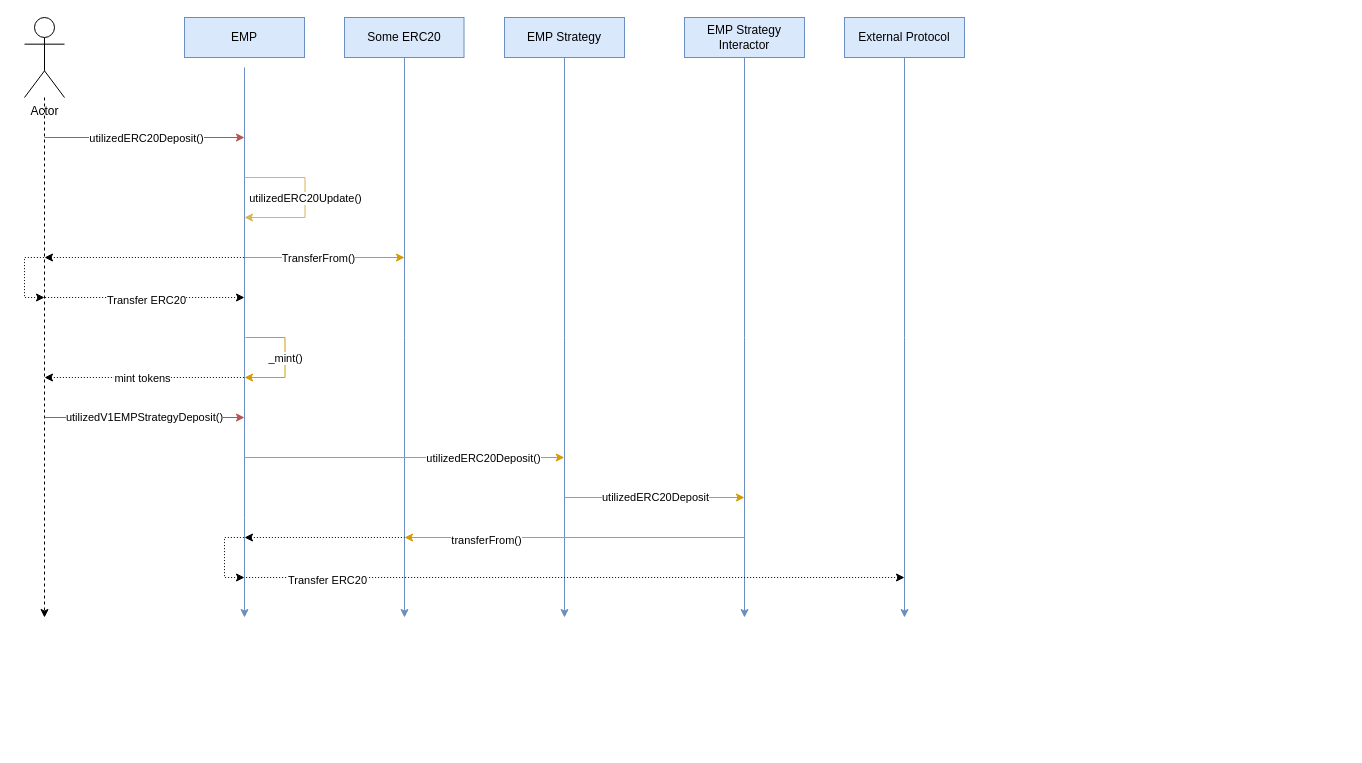
The draw.io diagram v1-emp/diagrams/deposit-overview.drawio in yield-sync/specifications, before the edit. Source tidied: cells renumbered, new cells numbered last; positions are measured from the earlier drawing's top-left corner, leaving out a move shared by most shapes. Both pictures are drawn from the tidied source at 100%, with x=0, y=0 at pixel (24, 17).
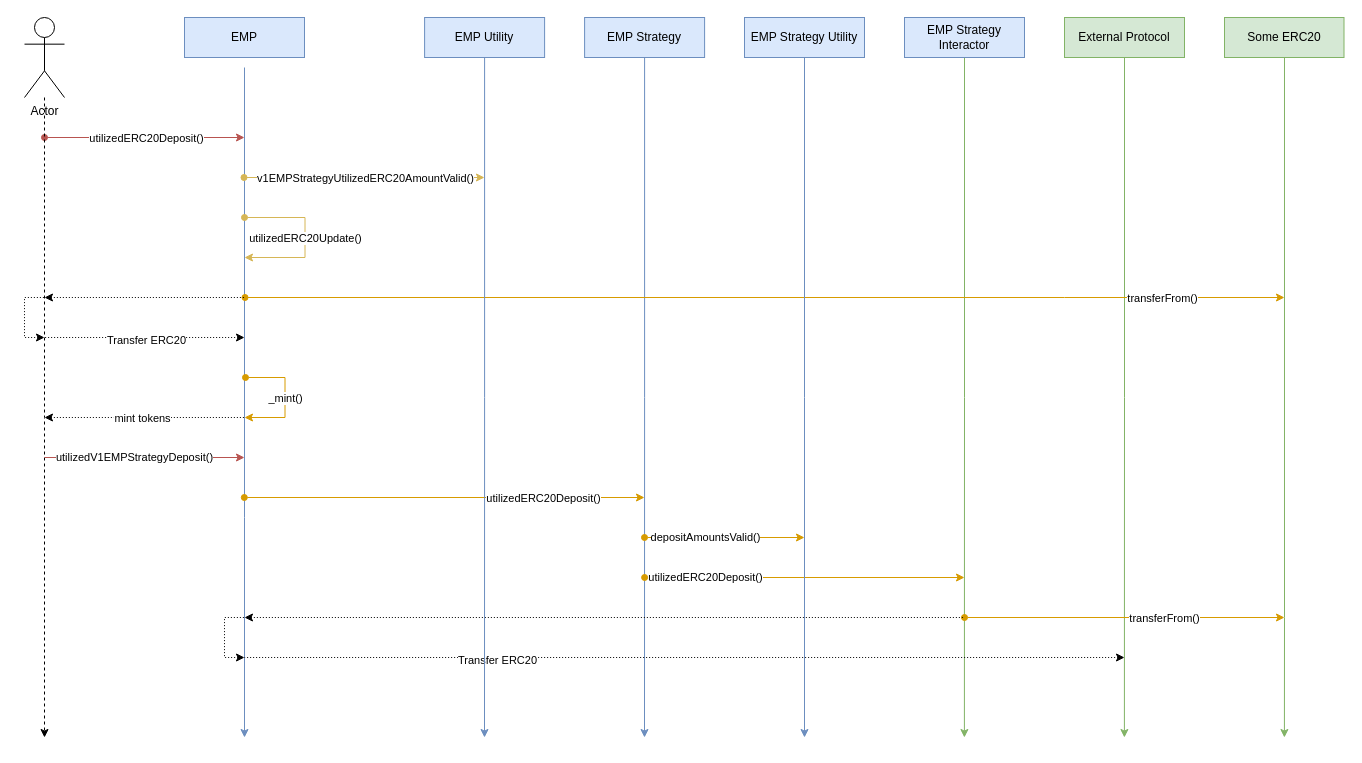
After the change.

Commit message:
Make diagram easier to read

Unchanged cells that the change refers to:
```xml
<mxCell id="13" value="Actor" style="shape=umlActor;verticalLabelPosition=bottom;verticalAlign=top;html=1;outlineConnect=0;" parent="1" vertex="1">
  <mxGeometry width="40" height="80" as="geometry" />
</mxCell>
```

Change to the diagram source:
```diff
@@
     <mxCell id="2" style="edgeStyle=orthogonalEdgeStyle;rounded=0;orthogonalLoop=1;jettySize=auto;html=1;exitX=0.5;exitY=1;exitDx=0;exitDy=0;fillColor=#dae8fc;strokeColor=#6c8ebf;" parent="1" edge="1">
       <mxGeometry relative="1" as="geometry">
         <mxPoint x="220" y="50" as="sourcePoint" />
-        <mxPoint x="220" y="600" as="targetPoint" />
+        <mxPoint x="220" y="720" as="targetPoint" />
         <Array as="points">
           <mxPoint x="220" y="500" />
           <mxPoint x="220" y="500" />
         </Array>
       </mxGeometry>
     </mxCell>
@@
     <mxCell id="4" style="edgeStyle=orthogonalEdgeStyle;rounded=0;jettySize=auto;html=1;fillColor=#dae8fc;strokeColor=#6c8ebf;" parent="1" edge="1" source="5">
       <mxGeometry relative="1" as="geometry">
-        <mxPoint x="540" y="600" as="targetPoint" />
+        <mxPoint x="620" y="720" as="targetPoint" />
       </mxGeometry>
     </mxCell>
     <mxCell id="5" value="EMP Strategy" style="rounded=0;whiteSpace=wrap;html=1;fillColor=#dae8fc;strokeColor=#6c8ebf;" parent="1" vertex="1">
-      <mxGeometry x="480" width="120" height="40" as="geometry" />
+      <mxGeometry x="560.1" width="120" height="40" as="geometry" />
     </mxCell>
-    <mxCell id="6" style="edgeStyle=orthogonalEdgeStyle;rounded=0;jettySize=auto;html=1;fillColor=#dae8fc;strokeColor=#6c8ebf;" parent="1" edge="1" source="7">
+    <mxCell id="6" style="edgeStyle=orthogonalEdgeStyle;rounded=0;jettySize=auto;html=1;fillColor=#d5e8d4;strokeColor=#82b366;" parent="1" edge="1" source="7">
       <mxGeometry relative="1" as="geometry">
-        <mxPoint x="720" y="600" as="targetPoint" />
+        <mxPoint x="939.9" y="720" as="targetPoint" />
       </mxGeometry>
     </mxCell>
     <mxCell id="7" value="EMP Strategy Interactor" style="rounded=0;whiteSpace=wrap;html=1;fillColor=#dae8fc;strokeColor=#6c8ebf;" parent="1" vertex="1">
-      <mxGeometry x="660" width="120" height="40" as="geometry" />
+      <mxGeometry x="880" width="120" height="40" as="geometry" />
     </mxCell>
-    <mxCell id="8" style="edgeStyle=orthogonalEdgeStyle;rounded=0;jettySize=auto;html=1;fillColor=#dae8fc;strokeColor=#6c8ebf;" parent="1" edge="1" source="9">
+    <mxCell id="8" style="edgeStyle=orthogonalEdgeStyle;rounded=0;jettySize=auto;html=1;fillColor=#d5e8d4;strokeColor=#82b366;" parent="1" edge="1" source="9">
       <mxGeometry relative="1" as="geometry">
-        <mxPoint x="880" y="600" as="targetPoint" />
+        <mxPoint x="1099.9" y="720" as="targetPoint" />
       </mxGeometry>
     </mxCell>
-    <mxCell id="9" value="External Protocol" style="rounded=0;whiteSpace=wrap;html=1;fillColor=#dae8fc;strokeColor=#6c8ebf;" parent="1" vertex="1">
-      <mxGeometry x="820" width="120" height="40" as="geometry" />
+    <mxCell id="9" value="External Protocol" style="rounded=0;whiteSpace=wrap;html=1;fillColor=#d5e8d4;strokeColor=#82b366;" parent="1" vertex="1">
+      <mxGeometry x="1040" width="120" height="40" as="geometry" />
     </mxCell>
-    <mxCell id="10" style="edgeStyle=orthogonalEdgeStyle;rounded=0;orthogonalLoop=1;jettySize=auto;html=1;endArrow=classic;endFill=1;fillColor=#f8cecc;strokeColor=#b85450;" parent="1" edge="1">
+    <mxCell id="10" style="edgeStyle=orthogonalEdgeStyle;rounded=0;orthogonalLoop=1;jettySize=auto;html=1;endArrow=classic;endFill=1;fillColor=#f8cecc;strokeColor=#b85450;startArrow=oval;startFill=1;" parent="1" edge="1">
       <mxGeometry relative="1" as="geometry">
         <mxPoint x="20" y="120" as="sourcePoint" />
         <mxPoint x="220" y="120" as="targetPoint" />
       </mxGeometry>
     </mxCell>
@@
     <mxCell id="12" style="edgeStyle=orthogonalEdgeStyle;rounded=0;jettySize=auto;html=1;dashed=1;" parent="1" edge="1" source="13">
       <mxGeometry relative="1" as="geometry">
-        <mxPoint x="20" y="600" as="targetPoint" />
+        <mxPoint x="20" y="720" as="targetPoint" />
       </mxGeometry>
     </mxCell>
@@
-    <mxCell id="14" style="edgeStyle=orthogonalEdgeStyle;rounded=0;jettySize=auto;html=1;fillColor=#dae8fc;strokeColor=#6c8ebf;exitX=0.502;exitY=0.5;exitDx=0;exitDy=0;exitPerimeter=0;" parent="1" edge="1" source="15">
+    <mxCell id="14" style="edgeStyle=orthogonalEdgeStyle;rounded=0;jettySize=auto;html=1;fillColor=#d5e8d4;strokeColor=#82b366;exitX=0.502;exitY=0.5;exitDx=0;exitDy=0;exitPerimeter=0;" parent="1" edge="1" source="15">
       <mxGeometry relative="1" as="geometry">
-        <mxPoint x="380" y="600" as="targetPoint" />
+        <mxPoint x="1259.9" y="720" as="targetPoint" />
+        <Array as="points">
+          <mxPoint x="1260" y="600" />
+        </Array>
       </mxGeometry>
     </mxCell>
-    <mxCell id="15" value="Some ERC20" style="rounded=0;whiteSpace=wrap;html=1;fillColor=#dae8fc;strokeColor=#6c8ebf;" parent="1" vertex="1">
-      <mxGeometry x="320" width="119.5" height="40" as="geometry" />
+    <mxCell id="15" value="Some ERC20" style="rounded=0;whiteSpace=wrap;html=1;fillColor=#d5e8d4;strokeColor=#82b366;" parent="1" vertex="1">
+      <mxGeometry x="1200" width="119.5" height="40" as="geometry" />
     </mxCell>
-    <mxCell id="16" style="edgeStyle=orthogonalEdgeStyle;rounded=0;orthogonalLoop=1;jettySize=auto;html=1;endArrow=classic;endFill=1;fillColor=#fff2cc;strokeColor=#d6b656;" parent="1" edge="1">
+    <mxCell id="16" style="edgeStyle=orthogonalEdgeStyle;rounded=0;orthogonalLoop=1;jettySize=auto;html=1;endArrow=classic;endFill=1;fillColor=#fff2cc;strokeColor=#d6b656;startArrow=oval;startFill=1;" parent="1" edge="1">
       <mxGeometry relative="1" as="geometry">
-        <mxPoint x="220" y="160" as="sourcePoint" />
-        <mxPoint x="220" y="200" as="targetPoint" />
+        <mxPoint x="220" y="200" as="sourcePoint" />
+        <mxPoint x="220" y="240" as="targetPoint" />
         <Array as="points">
-          <mxPoint x="280.5" y="160" />
           <mxPoint x="280.5" y="200" />
+          <mxPoint x="280.5" y="240" />
         </Array>
       </mxGeometry>
     </mxCell>
@@
-    <mxCell id="18" style="edgeStyle=orthogonalEdgeStyle;rounded=0;orthogonalLoop=1;jettySize=auto;html=1;endArrow=classic;endFill=1;fillColor=#ffe6cc;strokeColor=#d79b00;" parent="1" edge="1">
+    <mxCell id="18" style="edgeStyle=orthogonalEdgeStyle;rounded=0;orthogonalLoop=1;jettySize=auto;html=1;endArrow=classic;endFill=1;fillColor=#ffe6cc;strokeColor=#d79b00;startArrow=oval;startFill=1;" parent="1" edge="1">
       <mxGeometry relative="1" as="geometry">
-        <mxPoint x="220.5" y="240" as="sourcePoint" />
-        <mxPoint x="380" y="240" as="targetPoint" />
+        <mxPoint x="220.5" y="280" as="sourcePoint" />
+        <mxPoint x="1260" y="280" as="targetPoint" />
+        <Array as="points">
+          <mxPoint x="1040" y="280" />
+        </Array>
       </mxGeometry>
     </mxCell>
-    <mxCell id="19" value="TransferFrom()" style="edgeLabel;html=1;align=center;verticalAlign=middle;" parent="18" vertex="1">
+    <mxCell id="19" value="transferFrom()" style="edgeLabel;html=1;align=center;verticalAlign=middle;" parent="18" vertex="1">
       <mxGeometry x="0.17" y="1" relative="1" as="geometry">
-        <mxPoint x="-20" y="1" as="offset" />
+        <mxPoint x="309" y="1" as="offset" />
       </mxGeometry>
     </mxCell>
-    <mxCell id="20" style="edgeStyle=orthogonalEdgeStyle;rounded=0;orthogonalLoop=1;jettySize=auto;html=1;endArrow=classic;endFill=1;fillColor=#ffe6cc;strokeColor=#d79b00;" parent="1" edge="1">
+    <mxCell id="20" style="edgeStyle=orthogonalEdgeStyle;rounded=0;orthogonalLoop=1;jettySize=auto;html=1;endArrow=classic;endFill=1;fillColor=#ffe6cc;strokeColor=#d79b00;startArrow=oval;startFill=1;" parent="1" edge="1">
       <mxGeometry relative="1" as="geometry">
-        <mxPoint x="221" y="320" as="sourcePoint" />
-        <mxPoint x="220" y="360" as="targetPoint" />
+        <mxPoint x="221" y="360" as="sourcePoint" />
+        <mxPoint x="220" y="400" as="targetPoint" />
         <Array as="points">
-          <mxPoint x="260.5" y="320" />
           <mxPoint x="260.5" y="360" />
+          <mxPoint x="260.5" y="400" />
         </Array>
       </mxGeometry>
     </mxCell>
@@
     <mxCell id="22" style="edgeStyle=orthogonalEdgeStyle;rounded=0;orthogonalLoop=1;jettySize=auto;html=1;endArrow=none;endFill=0;startArrow=classic;startFill=1;dashed=1;dashPattern=1 2;" parent="1" edge="1">
       <mxGeometry relative="1" as="geometry">
-        <mxPoint x="20" y="360" as="sourcePoint" />
-        <mxPoint x="220" y="360" as="targetPoint" />
+        <mxPoint x="20" y="400" as="sourcePoint" />
+        <mxPoint x="220" y="400" as="targetPoint" />
       </mxGeometry>
     </mxCell>
@@
     <mxCell id="24" style="edgeStyle=orthogonalEdgeStyle;rounded=0;orthogonalLoop=1;jettySize=auto;html=1;endArrow=none;endFill=0;startArrow=classic;startFill=1;dashed=1;dashPattern=1 2;" parent="1" edge="1">
       <mxGeometry relative="1" as="geometry">
-        <mxPoint x="220" y="280" as="sourcePoint" />
-        <mxPoint x="20" y="280" as="targetPoint" />
+        <mxPoint x="220" y="320" as="sourcePoint" />
+        <mxPoint x="20" y="320" as="targetPoint" />
       </mxGeometry>
     </mxCell>
@@
     <mxCell id="26" value="utilizedV1EMPStrategyDeposit()" style="edgeStyle=none;orthogonalLoop=1;jettySize=auto;html=1;rounded=0;fillColor=#f8cecc;strokeColor=#b85450;" parent="1" edge="1">
-      <mxGeometry relative="1" as="geometry">
-        <mxPoint x="20" y="400" as="sourcePoint" />
-        <mxPoint x="220" y="400" as="targetPoint" />
+      <mxGeometry x="-0.1" relative="1" as="geometry">
+        <mxPoint x="20" y="440" as="sourcePoint" />
+        <mxPoint x="220" y="440" as="targetPoint" />
       </mxGeometry>
     </mxCell>
-    <mxCell id="27" style="edgeStyle=orthogonalEdgeStyle;rounded=0;orthogonalLoop=1;jettySize=auto;html=1;endArrow=classic;endFill=1;fillColor=#ffe6cc;strokeColor=#d79b00;" parent="1" edge="1">
+    <mxCell id="27" style="edgeStyle=orthogonalEdgeStyle;rounded=0;orthogonalLoop=1;jettySize=auto;html=1;endArrow=classic;endFill=1;fillColor=#ffe6cc;strokeColor=#d79b00;startArrow=oval;startFill=1;" parent="1" edge="1">
       <mxGeometry relative="1" as="geometry">
-        <mxPoint x="219.8" y="440" as="sourcePoint" />
-        <mxPoint x="539.8" y="440" as="targetPoint" />
+        <mxPoint x="219.8" y="480" as="sourcePoint" />
+        <mxPoint x="620" y="480" as="targetPoint" />
       </mxGeometry>
     </mxCell>
     <mxCell id="28" value="utilizedERC20Deposit()" style="edgeLabel;html=1;align=center;verticalAlign=middle;" parent="27" vertex="1">
       <mxGeometry x="0.17" y="1" relative="1" as="geometry">
-        <mxPoint x="52" y="1" as="offset" />
+        <mxPoint x="65" y="1" as="offset" />
       </mxGeometry>
     </mxCell>
-    <mxCell id="29" style="edgeStyle=orthogonalEdgeStyle;rounded=0;orthogonalLoop=1;jettySize=auto;html=1;endArrow=classic;endFill=1;fillColor=#ffe6cc;strokeColor=#d79b00;" parent="1" edge="1">
+    <mxCell id="29" style="edgeStyle=orthogonalEdgeStyle;rounded=0;orthogonalLoop=1;jettySize=auto;html=1;endArrow=classic;endFill=1;fillColor=#ffe6cc;strokeColor=#d79b00;startArrow=oval;startFill=1;" parent="1" edge="1">
       <mxGeometry relative="1" as="geometry">
-        <mxPoint x="540" y="480" as="sourcePoint" />
-        <mxPoint x="720" y="480" as="targetPoint" />
+        <mxPoint x="620.1" y="560" as="sourcePoint" />
+        <mxPoint x="940" y="560" as="targetPoint" />
       </mxGeometry>
     </mxCell>
-    <mxCell id="30" value="utilizedERC20Deposit" style="edgeLabel;html=1;align=center;verticalAlign=middle;" parent="29" vertex="1">
+    <mxCell id="30" value="utilizedERC20Deposit()" style="edgeLabel;html=1;align=center;verticalAlign=middle;" parent="29" vertex="1">
       <mxGeometry x="-0.39" y="1" relative="1" as="geometry">
-        <mxPoint x="35" as="offset" />
+        <mxPoint x="-38" as="offset" />
       </mxGeometry>
     </mxCell>
     <mxCell id="31" style="edgeStyle=orthogonalEdgeStyle;rounded=0;orthogonalLoop=1;jettySize=auto;html=1;endArrow=none;endFill=0;startArrow=classic;startFill=1;dashed=1;dashPattern=1 2;" parent="1" edge="1">
       <mxGeometry relative="1" as="geometry">
-        <mxPoint x="880" y="560" as="sourcePoint" />
-        <mxPoint x="220" y="560" as="targetPoint" />
+        <mxPoint x="1100" y="640" as="sourcePoint" />
+        <mxPoint x="220" y="640" as="targetPoint" />
       </mxGeometry>
     </mxCell>
     <mxCell id="32" value="Transfer ERC20" style="edgeLabel;html=1;align=center;verticalAlign=middle;" parent="31" vertex="1">
       <mxGeometry x="0.17" y="1" relative="1" as="geometry">
-        <mxPoint x="-192" y="1" as="offset" />
+        <mxPoint x="-113" y="1" as="offset" />
       </mxGeometry>
     </mxCell>
-    <mxCell id="33" style="edgeStyle=orthogonalEdgeStyle;rounded=0;orthogonalLoop=1;jettySize=auto;html=1;endArrow=classic;endFill=1;fillColor=#ffe6cc;strokeColor=#d79b00;" parent="1" edge="1">
+    <mxCell id="33" style="edgeStyle=orthogonalEdgeStyle;rounded=0;orthogonalLoop=1;jettySize=auto;html=1;endArrow=classic;endFill=1;fillColor=#ffe6cc;strokeColor=#d79b00;startArrow=oval;startFill=1;" parent="1" edge="1">
       <mxGeometry relative="1" as="geometry">
-        <mxPoint x="720" y="520" as="sourcePoint" />
-        <mxPoint x="380" y="520" as="targetPoint" />
+        <mxPoint x="940" y="600" as="sourcePoint" />
+        <mxPoint x="1260" y="600" as="targetPoint" />
+        <Array as="points">
+          <mxPoint x="1170" y="600" />
+        </Array>
       </mxGeometry>
     </mxCell>
     <mxCell id="34" value="transferFrom()" style="edgeLabel;html=1;align=center;verticalAlign=middle;" parent="33" vertex="1">
       <mxGeometry x="0.17" y="1" relative="1" as="geometry">
-        <mxPoint x="-60" y="1" as="offset" />
+        <mxPoint x="12" y="1" as="offset" />
       </mxGeometry>
     </mxCell>
     <mxCell id="35" style="edgeStyle=orthogonalEdgeStyle;rounded=0;orthogonalLoop=1;jettySize=auto;html=1;endArrow=none;endFill=0;startArrow=classic;startFill=1;dashed=1;dashPattern=1 2;" parent="1" edge="1">
       <mxGeometry relative="1" as="geometry">
-        <mxPoint x="20" y="240" as="sourcePoint" />
-        <mxPoint x="220" y="240" as="targetPoint" />
+        <mxPoint x="20" y="280" as="sourcePoint" />
+        <mxPoint x="220" y="280" as="targetPoint" />
       </mxGeometry>
     </mxCell>
     <mxCell id="36" style="edgeStyle=orthogonalEdgeStyle;rounded=0;orthogonalLoop=1;jettySize=auto;html=1;endArrow=none;endFill=0;startArrow=classic;startFill=1;dashed=1;dashPattern=1 2;" parent="1" edge="1">
       <mxGeometry relative="1" as="geometry">
-        <mxPoint x="20" y="280" as="sourcePoint" />
-        <mxPoint x="20" y="240" as="targetPoint" />
+        <mxPoint x="20" y="320" as="sourcePoint" />
+        <mxPoint x="20" y="280" as="targetPoint" />
         <Array as="points">
+          <mxPoint y="320" />
           <mxPoint y="280" />
-          <mxPoint y="240" />
         </Array>
       </mxGeometry>
     </mxCell>
     <mxCell id="37" style="edgeStyle=orthogonalEdgeStyle;rounded=0;orthogonalLoop=1;jettySize=auto;html=1;endArrow=none;endFill=0;startArrow=classic;startFill=1;dashed=1;dashPattern=1 2;" parent="1" edge="1">
       <mxGeometry relative="1" as="geometry">
-        <mxPoint x="220" y="560" as="sourcePoint" />
-        <mxPoint x="220" y="520" as="targetPoint" />
+        <mxPoint x="220" y="640" as="sourcePoint" />
+        <mxPoint x="220" y="600" as="targetPoint" />
         <Array as="points">
-          <mxPoint x="200" y="560" />
-          <mxPoint x="200" y="520" />
+          <mxPoint x="200" y="640" />
+          <mxPoint x="200" y="600" />
         </Array>
       </mxGeometry>
     </mxCell>
     <mxCell id="38" style="edgeStyle=orthogonalEdgeStyle;rounded=0;orthogonalLoop=1;jettySize=auto;html=1;endArrow=none;endFill=0;startArrow=classic;startFill=1;dashed=1;dashPattern=1 2;" parent="1" edge="1">
       <mxGeometry relative="1" as="geometry">
-        <mxPoint x="220" y="520" as="sourcePoint" />
-        <mxPoint x="380" y="520" as="targetPoint" />
+        <mxPoint x="220" y="600" as="sourcePoint" />
+        <mxPoint x="940" y="600" as="targetPoint" />
       </mxGeometry>
     </mxCell>
+    <mxCell id="39" style="edgeStyle=orthogonalEdgeStyle;rounded=0;jettySize=auto;html=1;exitX=0.5;exitY=1;exitDx=0;exitDy=0;fillColor=#dae8fc;strokeColor=#6c8ebf;" parent="1" edge="1" source="40">
+      <mxGeometry relative="1" as="geometry">
+        <mxPoint x="460" y="720" as="targetPoint" />
+      </mxGeometry>
+    </mxCell>
+    <mxCell id="40" value="EMP Utility" style="rounded=0;whiteSpace=wrap;html=1;fillColor=#dae8fc;strokeColor=#6c8ebf;" parent="1" vertex="1">
+      <mxGeometry x="400.1" width="120" height="40" as="geometry" />
+    </mxCell>
+    <mxCell id="41" style="edgeStyle=orthogonalEdgeStyle;rounded=0;orthogonalLoop=1;jettySize=auto;html=1;endArrow=classic;endFill=1;fillColor=#fff2cc;strokeColor=#d6b656;startArrow=oval;startFill=1;" parent="1" edge="1">
+      <mxGeometry relative="1" as="geometry">
+        <mxPoint x="219.5" y="160" as="sourcePoint" />
+        <mxPoint x="460" y="160" as="targetPoint" />
+        <Array as="points">
+          <mxPoint x="330" y="160" />
+          <mxPoint x="330" y="160" />
+        </Array>
+      </mxGeometry>
+    </mxCell>
+    <mxCell id="42" value="v1EMPStrategyUtilizedERC20AmountValid()" style="edgeLabel;html=1;align=center;verticalAlign=middle;" parent="41" vertex="1">
+      <mxGeometry y="-2" relative="1" as="geometry">
+        <mxPoint x="1" y="-2" as="offset" />
+      </mxGeometry>
+    </mxCell>
+    <mxCell id="43" style="edgeStyle=orthogonalEdgeStyle;rounded=0;jettySize=auto;html=1;fillColor=#dae8fc;strokeColor=#6c8ebf;" parent="1" edge="1" source="44">
+      <mxGeometry relative="1" as="geometry">
+        <mxPoint x="780" y="720" as="targetPoint" />
+      </mxGeometry>
+    </mxCell>
+    <mxCell id="44" value="EMP Strategy Utility" style="rounded=0;whiteSpace=wrap;html=1;fillColor=#dae8fc;strokeColor=#6c8ebf;" parent="1" vertex="1">
+      <mxGeometry x="720" width="120" height="40" as="geometry" />
+    </mxCell>
+    <mxCell id="45" style="edgeStyle=orthogonalEdgeStyle;rounded=0;orthogonalLoop=1;jettySize=auto;html=1;endArrow=classic;endFill=1;fillColor=#ffe6cc;strokeColor=#d79b00;startArrow=oval;startFill=1;" parent="1" edge="1">
+      <mxGeometry relative="1" as="geometry">
+        <mxPoint x="620" y="520" as="sourcePoint" />
+        <mxPoint x="780" y="520" as="targetPoint" />
+      </mxGeometry>
+    </mxCell>
+    <mxCell id="46" value="depositAmountsValid()" style="edgeLabel;html=1;align=center;verticalAlign=middle;" parent="45" vertex="1">
+      <mxGeometry x="-0.39" y="1" relative="1" as="geometry">
+        <mxPoint x="11" as="offset" />
+      </mxGeometry>
+    </mxCell>
```
